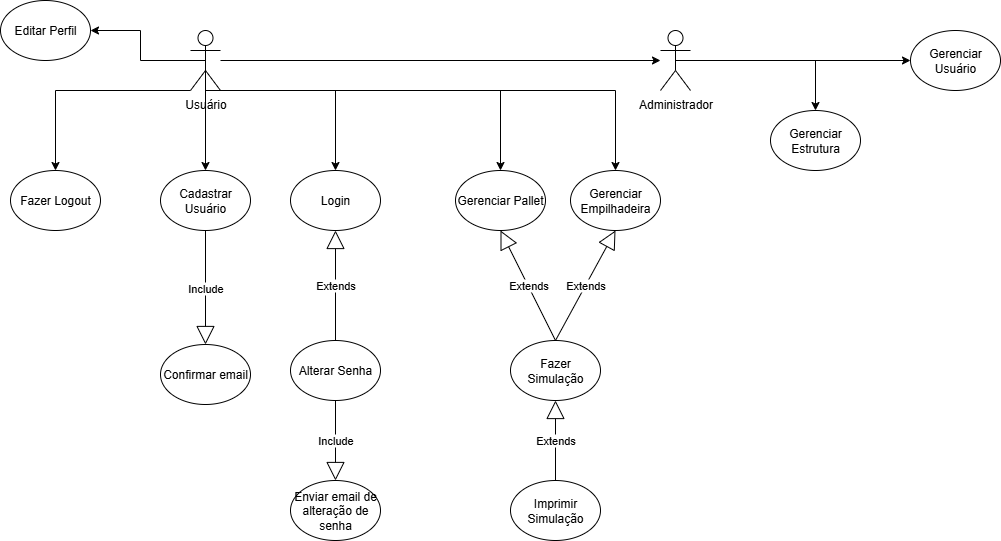
Earlier version of the draw.io export 04.Diagrama Caso de Uso/UML JAVA-LIDAY.drawio.png (JoaoKF1/Java-liday). Source tidied: cells renumbered, new cells last; positions are measured from the earlier drawing's top-left corner, leaving out a move shared by most shapes.
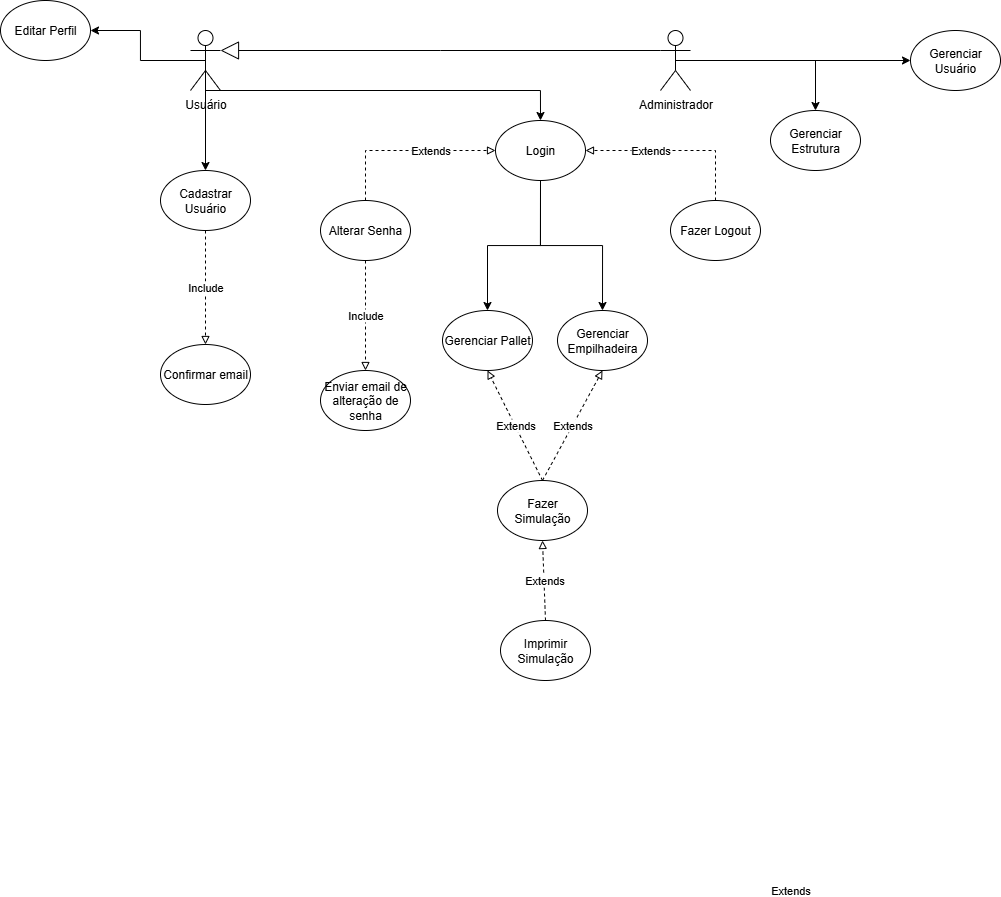
After the commit.

Commit message:
Correções caso de uso funcionais

The edit, as a diff of the source:
```diff
@@ -2,9 +2,6 @@
   <root>
     <mxCell id="0" />
     <mxCell id="1" parent="0" />
-    <mxCell id="2" style="edgeStyle=orthogonalEdgeStyle;rounded=0;jettySize=auto;html=1;" parent="1" edge="1" source="9" target="12">
-      <mxGeometry relative="1" as="geometry" />
-    </mxCell>
     <mxCell id="3" style="edgeStyle=orthogonalEdgeStyle;rounded=0;jettySize=auto;html=1;exitX=0.5;exitY=0.5;exitDx=0;exitDy=0;exitPerimeter=0;entryX=0.5;entryY=0;entryDx=0;entryDy=0;" parent="1" edge="1" source="9" target="13">
       <mxGeometry relative="1" as="geometry" />
     </mxCell>
@@ -13,31 +10,13 @@
         <mxPoint x="205" y="50" as="sourcePoint" />
         <Array as="points">
           <mxPoint x="205" y="90" />
-          <mxPoint x="335" y="90" />
+          <mxPoint x="540" y="90" />
         </Array>
       </mxGeometry>
     </mxCell>
     <mxCell id="5" style="edgeStyle=orthogonalEdgeStyle;rounded=0;jettySize=auto;html=1;exitX=0.5;exitY=0.5;exitDx=0;exitDy=0;exitPerimeter=0;entryX=1;entryY=0.5;entryDx=0;entryDy=0;" parent="1" edge="1" source="9" target="24">
       <mxGeometry relative="1" as="geometry" />
     </mxCell>
-    <mxCell id="6" style="edgeStyle=orthogonalEdgeStyle;rounded=0;jettySize=auto;html=1;exitX=0.5;exitY=0.5;exitDx=0;exitDy=0;exitPerimeter=0;entryX=0.5;entryY=0;entryDx=0;entryDy=0;" parent="1" edge="1" target="20">
-      <mxGeometry relative="1" as="geometry">
-        <mxPoint x="190" y="90" as="sourcePoint" />
-      </mxGeometry>
-    </mxCell>
-    <mxCell id="7" style="edgeStyle=orthogonalEdgeStyle;rounded=0;jettySize=auto;html=1;exitX=0.5;exitY=0.5;exitDx=0;exitDy=0;exitPerimeter=0;entryX=0.5;entryY=0;entryDx=0;entryDy=0;" parent="1" edge="1" source="9" target="16">
-      <mxGeometry relative="1" as="geometry">
-        <Array as="points">
-          <mxPoint x="205" y="90" />
-          <mxPoint x="500" y="90" />
-        </Array>
-      </mxGeometry>
-    </mxCell>
-    <mxCell id="8" style="edgeStyle=orthogonalEdgeStyle;rounded=0;jettySize=auto;html=1;exitX=0.5;exitY=0.5;exitDx=0;exitDy=0;exitPerimeter=0;entryX=0.5;entryY=0;entryDx=0;entryDy=0;" parent="1" edge="1" target="17">
-      <mxGeometry relative="1" as="geometry">
-        <mxPoint x="210" y="90" as="sourcePoint" />
-      </mxGeometry>
-    </mxCell>
     <mxCell id="9" value="Usuário" style="shape=umlActor;verticalLabelPosition=bottom;verticalAlign=top;html=1;outlineConnect=0;" parent="1" vertex="1">
       <mxGeometry x="190" y="30" width="30" height="60" as="geometry" />
     </mxCell>
@@ -56,29 +35,35 @@
     <mxCell id="14" value="Confirmar email" style="ellipse;whiteSpace=wrap;html=1;" parent="1" vertex="1">
       <mxGeometry x="160" y="344" width="90" height="60" as="geometry" />
     </mxCell>
+    <mxCell id="32" style="edgeStyle=orthogonalEdgeStyle;rounded=0;jettySize=auto;html=1;" parent="1" edge="1" source="15" target="16">
+      <mxGeometry relative="1" as="geometry" />
+    </mxCell>
+    <mxCell id="33" style="edgeStyle=orthogonalEdgeStyle;rounded=0;jettySize=auto;html=1;" parent="1" edge="1" source="15" target="17">
+      <mxGeometry relative="1" as="geometry" />
+    </mxCell>
     <mxCell id="15" value="Login" style="ellipse;whiteSpace=wrap;html=1;" parent="1" vertex="1">
-      <mxGeometry x="290" y="170" width="90" height="60" as="geometry" />
+      <mxGeometry x="495" y="120" width="90" height="60" as="geometry" />
     </mxCell>
     <mxCell id="16" value="Gerenciar Pallet" style="ellipse;whiteSpace=wrap;html=1;" parent="1" vertex="1">
-      <mxGeometry x="455" y="170" width="90" height="60" as="geometry" />
+      <mxGeometry x="442" y="310" width="90" height="60" as="geometry" />
     </mxCell>
     <mxCell id="17" value="Gerenciar Empilhadeira" style="ellipse;whiteSpace=wrap;html=1;" parent="1" vertex="1">
-      <mxGeometry x="570" y="170" width="90" height="60" as="geometry" />
+      <mxGeometry x="557" y="310" width="90" height="60" as="geometry" />
     </mxCell>
     <mxCell id="18" value="Gerenciar Estrutura" style="ellipse;whiteSpace=wrap;html=1;" parent="1" vertex="1">
       <mxGeometry x="770" y="110" width="90" height="60" as="geometry" />
     </mxCell>
     <mxCell id="19" value="Fazer Simulação" style="ellipse;whiteSpace=wrap;html=1;" parent="1" vertex="1">
-      <mxGeometry x="510" y="340" width="90" height="60" as="geometry" />
+      <mxGeometry x="497" y="480" width="90" height="60" as="geometry" />
     </mxCell>
     <mxCell id="20" value="Fazer Logout" style="ellipse;whiteSpace=wrap;html=1;" parent="1" vertex="1">
-      <mxGeometry x="10" y="170" width="90" height="60" as="geometry" />
+      <mxGeometry x="670" y="200" width="90" height="60" as="geometry" />
     </mxCell>
     <mxCell id="21" value="Alterar Senha" style="ellipse;whiteSpace=wrap;html=1;" parent="1" vertex="1">
-      <mxGeometry x="290" y="340" width="90" height="60" as="geometry" />
+      <mxGeometry x="320" y="200" width="90" height="60" as="geometry" />
     </mxCell>
     <mxCell id="22" value="Enviar email de alteração de senha" style="ellipse;whiteSpace=wrap;html=1;" parent="1" vertex="1">
-      <mxGeometry x="290" y="480" width="90" height="60" as="geometry" />
+      <mxGeometry x="320" y="370" width="90" height="60" as="geometry" />
     </mxCell>
     <mxCell id="23" value="Gerenciar Usuário" style="ellipse;whiteSpace=wrap;html=1;" parent="1" vertex="1">
       <mxGeometry x="910" y="30" width="90" height="60" as="geometry" />
@@ -87,25 +72,44 @@
       <mxGeometry width="90" height="60" as="geometry" />
     </mxCell>
     <mxCell id="25" value="Imprimir Simulação" style="ellipse;whiteSpace=wrap;html=1;" parent="1" vertex="1">
-      <mxGeometry x="510" y="480" width="90" height="60" as="geometry" />
+      <mxGeometry x="500" y="620" width="90" height="60" as="geometry" />
     </mxCell>
-    <mxCell id="26" value="Include" style="endArrow=block;endSize=16;endFill=0;html=1;rounded=0;exitX=0.5;exitY=1;exitDx=0;exitDy=0;entryX=0.5;entryY=0;entryDx=0;entryDy=0;" parent="1" edge="1" source="13" target="14">
+    <mxCell id="26" value="Include" style="endArrow=block;endFill=0;html=1;rounded=0;exitX=0.5;exitY=1;exitDx=0;exitDy=0;entryX=0.5;entryY=0;entryDx=0;entryDy=0;dashed=1;" parent="1" edge="1" source="13" target="14">
       <mxGeometry relative="1" as="geometry" />
     </mxCell>
-    <mxCell id="27" value="Extends" style="endArrow=block;endSize=16;endFill=0;html=1;rounded=0;exitX=0.5;exitY=0;exitDx=0;exitDy=0;entryX=0.5;entryY=1;entryDx=0;entryDy=0;" parent="1" edge="1" source="21" target="15">
-      <mxGeometry relative="1" as="geometry" />
+    <mxCell id="27" value="Extends" style="endArrow=block;endFill=0;html=1;rounded=0;exitX=0.5;exitY=0;exitDx=0;exitDy=0;entryX=0;entryY=0.5;entryDx=0;entryDy=0;dashed=1;" parent="1" edge="1" source="21" target="15">
+      <mxGeometry x="0.28" relative="1" as="geometry">
+        <Array as="points">
+          <mxPoint x="365" y="150" />
+        </Array>
+      </mxGeometry>
     </mxCell>
-    <mxCell id="28" value="Include" style="endArrow=block;endSize=16;endFill=0;html=1;rounded=0;exitX=0.5;exitY=1;exitDx=0;exitDy=0;entryX=0.5;entryY=0;entryDx=0;entryDy=0;" parent="1" edge="1" source="21" target="22">
+    <mxCell id="28" value="Include" style="endArrow=block;endFill=0;html=1;rounded=0;exitX=0.5;exitY=1;exitDx=0;exitDy=0;entryX=0.5;entryY=0;entryDx=0;entryDy=0;dashed=1;" parent="1" edge="1" source="21" target="22">
       <mxGeometry relative="1" as="geometry" />
     </mxCell>
-    <mxCell id="29" value="Extends" style="endArrow=block;endSize=16;endFill=0;html=1;rounded=0;exitX=0.5;exitY=0;exitDx=0;exitDy=0;entryX=0.5;entryY=1;entryDx=0;entryDy=0;" parent="1" edge="1" source="19" target="16">
+    <mxCell id="29" value="Extends" style="endArrow=block;endFill=0;html=1;rounded=0;exitX=0.5;exitY=0;exitDx=0;exitDy=0;entryX=0.5;entryY=1;entryDx=0;entryDy=0;dashed=1;" parent="1" edge="1" source="19" target="16">
       <mxGeometry relative="1" as="geometry" />
     </mxCell>
-    <mxCell id="30" value="Extends" style="endArrow=block;endSize=16;endFill=0;html=1;rounded=0;entryX=0.5;entryY=1;entryDx=0;entryDy=0;exitX=0.5;exitY=0;exitDx=0;exitDy=0;" parent="1" edge="1" source="19" target="17">
+    <mxCell id="30" value="Extends" style="endArrow=block;endFill=0;html=1;rounded=0;entryX=0.5;entryY=1;entryDx=0;entryDy=0;exitX=0.5;exitY=0;exitDx=0;exitDy=0;dashed=1;" parent="1" edge="1" source="19" target="17">
       <mxGeometry relative="1" as="geometry" />
     </mxCell>
-    <mxCell id="31" value="Extends" style="endArrow=block;endSize=16;endFill=0;html=1;rounded=0;exitX=0.5;exitY=0;exitDx=0;exitDy=0;entryX=0.5;entryY=1;entryDx=0;entryDy=0;" parent="1" edge="1" source="25" target="19">
+    <mxCell id="31" value="Extends" style="endArrow=block;endFill=0;html=1;rounded=0;exitX=0.5;exitY=0;exitDx=0;exitDy=0;entryX=0.5;entryY=1;entryDx=0;entryDy=0;dashed=1;" parent="1" edge="1" source="25" target="19">
       <mxGeometry relative="1" as="geometry" />
     </mxCell>
+    <mxCell id="34" value="Extends" style="endArrow=block;endFill=0;html=1;rounded=0;exitX=0.5;exitY=0;exitDx=0;exitDy=0;entryX=1;entryY=0.5;entryDx=0;entryDy=0;dashed=1;" parent="1" edge="1" source="20" target="15">
+      <mxGeometry x="0.28" relative="1" as="geometry">
+        <Array as="points">
+          <mxPoint x="715" y="150" />
+        </Array>
+      </mxGeometry>
+    </mxCell>
+    <mxCell id="35" value="Extends" style="endArrow=block;endSize=16;endFill=0;html=1;rounded=0;entryX=1;entryY=0.3333333333333333;entryDx=0;entryDy=0;entryPerimeter=0;exitX=0;exitY=0.3333333333333333;exitDx=0;exitDy=0;exitPerimeter=0;" parent="1" edge="1" source="12" target="9">
+      <mxGeometry x="-1" y="850" relative="1" as="geometry">
+        <Array as="points">
+          <mxPoint x="440" y="50" />
+        </Array>
+        <mxPoint x="130" y="-10" as="offset" />
+      </mxGeometry>
+    </mxCell>
   </root>
 </mxGraphModel>
```
